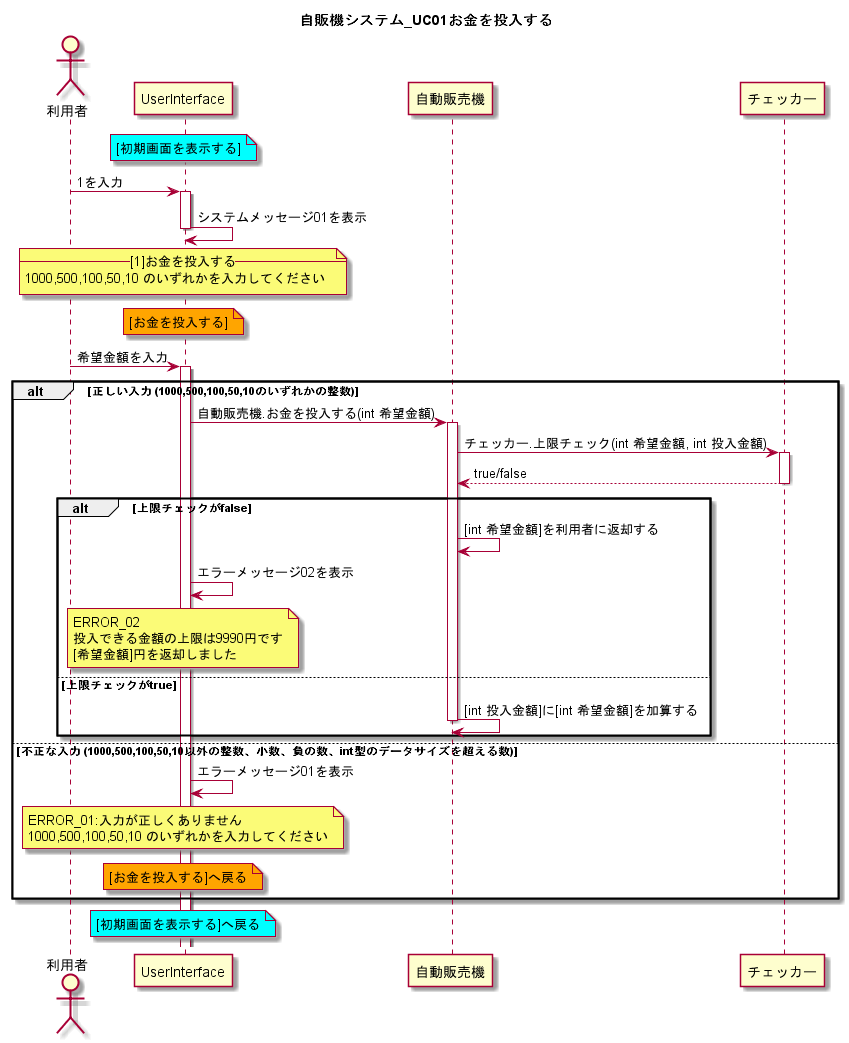
Before: UML_class_sequence/自販機システム_UC01お金を投入する.png, a diagram exported from PlantUML (W-Nakayama-24/VendingMachine_CUI).
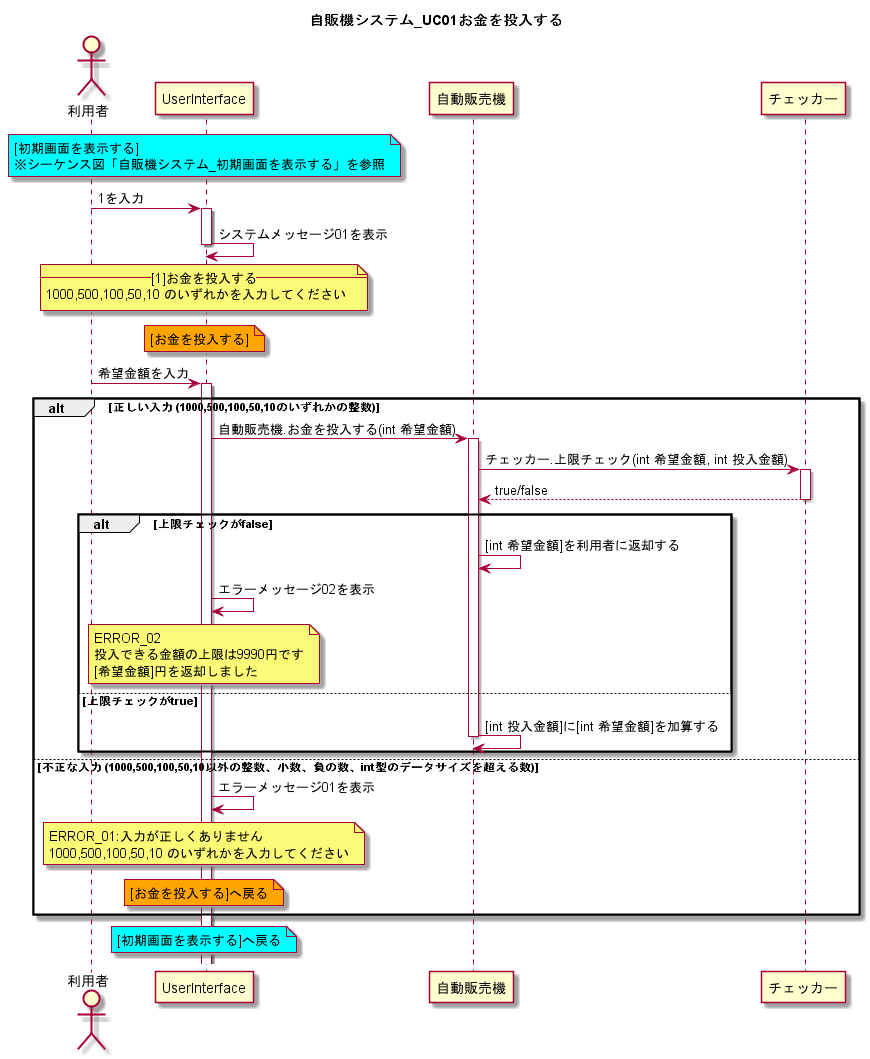
The same diagram one commit later.

What changed in the source:
```diff
@@ -4,6 +4,7 @@
 actor 利用者
 note over UserInterface #Cyan
 [初期画面を表示する]
+※シーケンス図「自販機システム_初期画面を表示する」を参照
 end note
 
 利用者 -> UserInterface : 1を入力
```
